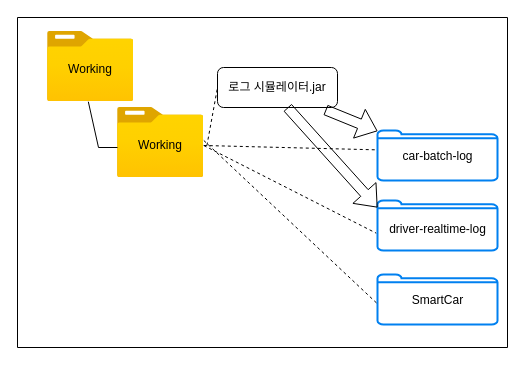
Before: 디렉토리 시각화.drawio in mynameis-sohee/SmartCar_Project, a draw.io diagram. Source tidied: cells renumbered, new cells numbered last; positions are measured from the earlier drawing's top-left corner, leaving out a move shared by most shapes. Both pictures are drawn from the tidied source at 100%, with x=0, y=0 at pixel (17, 17).
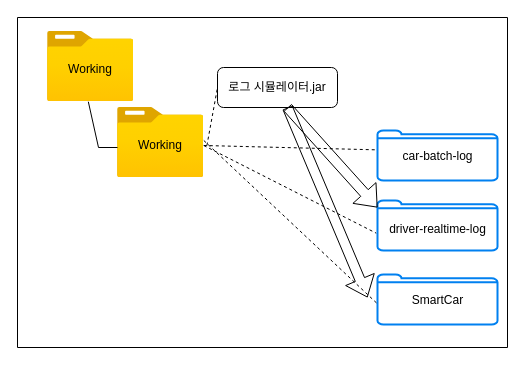
After the change.

Commit message (it also covers changes not shown here):
Update 디렉토리 시각화.drawio

The change refers to these unchanged cells:
```xml
<mxCell id="2" style="swimlane;startSize=0;" parent="1" vertex="1">
  <mxGeometry width="490" height="330" as="geometry" />
</mxCell>
<mxCell id="7" value="로그 시뮬레이터.jar" style="rounded=1;whiteSpace=wrap;html=1;" parent="2" vertex="1">
  <mxGeometry x="200" y="50" width="120" height="40" as="geometry" />
</mxCell>
<mxCell id="8" style="html=1;verticalLabelPosition=bottom;align=center;labelBackgroundColor=#ffffff;verticalAlign=top;strokeWidth=2;strokeColor=#0080F0;shadow=0;dashed=0;shape=mxgraph.ios7.icons.folder;" parent="2" vertex="1">
  <mxGeometry x="360" y="113" width="120" height="50" as="geometry" />
</mxCell>
```

Diff of the diagram source:
```diff
@@
-    <mxCell id="18" style="shape=flexArrow;endArrow=classic;html=1;exitX=0.9;exitY=1.06;exitDx=0;exitDy=0;exitPerimeter=0;" parent="2" edge="1" source="7" target="8">
-      <mxGeometry relative="1" as="geometry" />
-    </mxCell>
@@
+    <mxCell id="22" style="shape=flexArrow;endArrow=classic;html=1;" parent="1" edge="1">
+      <mxGeometry relative="1" as="geometry">
+        <mxPoint x="270" y="90" as="sourcePoint" />
+        <mxPoint x="350" y="280" as="targetPoint" />
+      </mxGeometry>
+    </mxCell>
```
